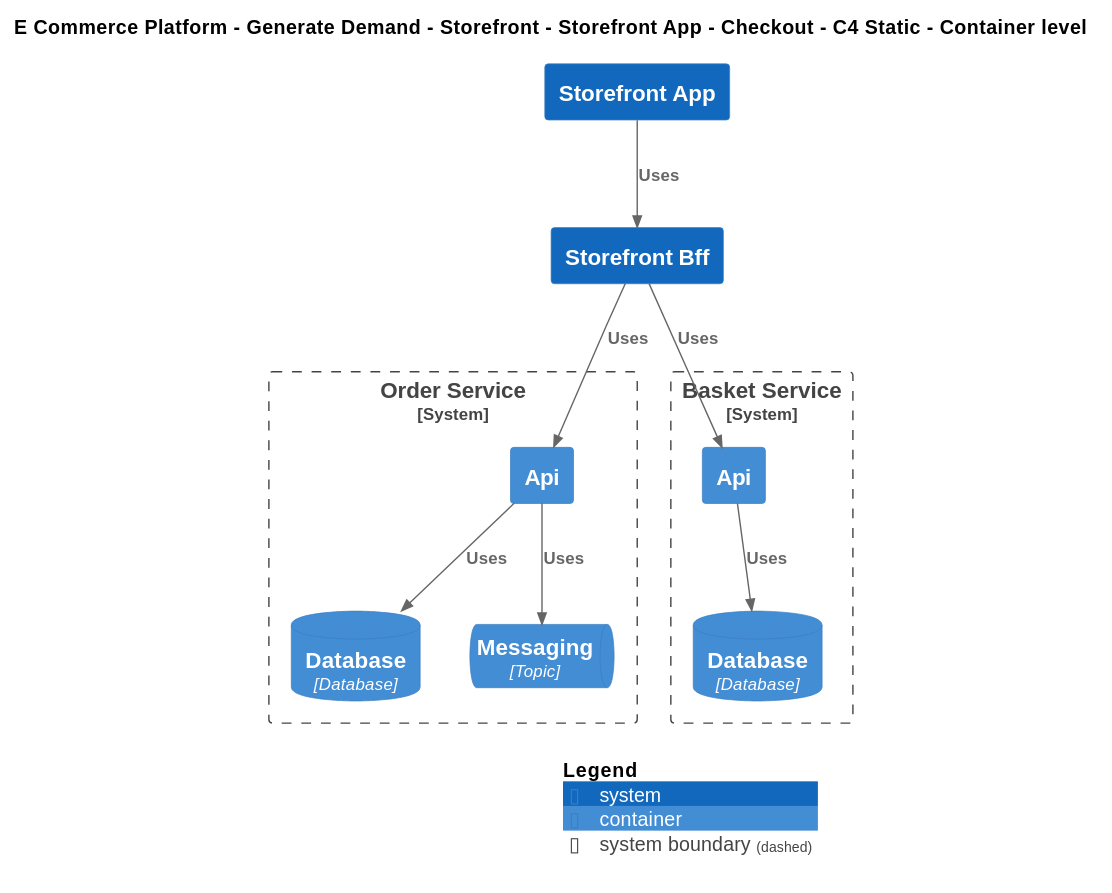
Before: Samples/E-Commerce Platform/Yaml/Diagrams/E Commerce Platform/Generate Demand/Storefront/Software Systems/Storefront App/Interfaces/Checkout/Container - C4 Static.svg, a diagram exported from PlantUML (mnadenysenko/C4InterFlow). Its diagram source:
```plantuml
@startuml
!include ..\..\..\..\..\..\..\.c4s\C4_Container.puml

AddElementTag("c4interflow:lifecycle:new", $bgColor=green, $fontColor=#ffffff, $borderColor=green, $shadowing="False")
AddElementTag("c4interflow:lifecycle:changed", $bgColor=orange, $fontColor=#ffffff, $borderColor=orange, $shadowing="False")
AddElementTag("c4interflow:lifecycle:removed", $bgColor=red, $fontColor=#ffffff, $borderColor=red, $shadowing="False")

AddRelTag("c4interflow:lifecycle:new", $textColor=green, $lineColor=green)
AddRelTag("c4interflow:lifecycle:changed", $textColor=orange, $lineColor=orange)
AddRelTag("c4interflow:lifecycle:removed", $textColor=red, $lineColor=red)

SHOW_PERSON_PORTRAIT()
LAYOUT_TOP_DOWN()

skinparam linetype polyline

title E Commerce Platform - Generate Demand - Storefront - Storefront App - Checkout - C4 Static - Container level

System(ECommercePlatform.GenerateDemand.Storefront.SoftwareSystems.StorefrontApp, "Storefront App", "")
System(ECommercePlatform.GenerateDemand.Storefront.SoftwareSystems.StorefrontBff, "Storefront Bff", "")

System_Boundary(ECommercePlatform.GenerateDemand.OrderManagement.SoftwareSystems.OrderService, "Order Service") {
    Container(ECommercePlatform.GenerateDemand.OrderManagement.SoftwareSystems.OrderService.Containers.Api, "Api", "", "")
    ContainerDb(ECommercePlatform.GenerateDemand.OrderManagement.SoftwareSystems.OrderService.Containers.Database, "Database", "Database", "")
    ContainerQueue(ECommercePlatform.GenerateDemand.OrderManagement.SoftwareSystems.OrderService.Containers.Messaging, "Messaging", "Topic", "")
}

System_Boundary(ECommercePlatform.GenerateDemand.Basket.SoftwareSystems.BasketService, "Basket Service") {
    Container(ECommercePlatform.GenerateDemand.Basket.SoftwareSystems.BasketService.Containers.Api, "Api", "", "")
    ContainerDb(ECommercePlatform.GenerateDemand.Basket.SoftwareSystems.BasketService.Containers.Database, "Database", "Database", "")
}

Rel(ECommercePlatform.GenerateDemand.Storefront.SoftwareSystems.StorefrontApp, ECommercePlatform.GenerateDemand.Storefront.SoftwareSystems.StorefrontBff, "Uses")
Rel(ECommercePlatform.GenerateDemand.Storefront.SoftwareSystems.StorefrontBff, ECommercePlatform.GenerateDemand.OrderManagement.SoftwareSystems.OrderService.Containers.Api, "Uses")
Rel(ECommercePlatform.GenerateDemand.OrderManagement.SoftwareSystems.OrderService.Containers.Api, ECommercePlatform.GenerateDemand.OrderManagement.SoftwareSystems.OrderService.Containers.Database, "Uses")
Rel(ECommercePlatform.GenerateDemand.OrderManagement.SoftwareSystems.OrderService.Containers.Api, ECommercePlatform.GenerateDemand.OrderManagement.SoftwareSystems.OrderService.Containers.Messaging, "Uses")
Rel(ECommercePlatform.GenerateDemand.Storefront.SoftwareSystems.StorefrontBff, ECommercePlatform.GenerateDemand.Basket.SoftwareSystems.BasketService.Containers.Api, "Uses")
Rel(ECommercePlatform.GenerateDemand.Basket.SoftwareSystems.BasketService.Containers.Api, ECommercePlatform.GenerateDemand.Basket.SoftwareSystems.BasketService.Containers.Database, "Uses")


SHOW_LEGEND()
@enduml
```
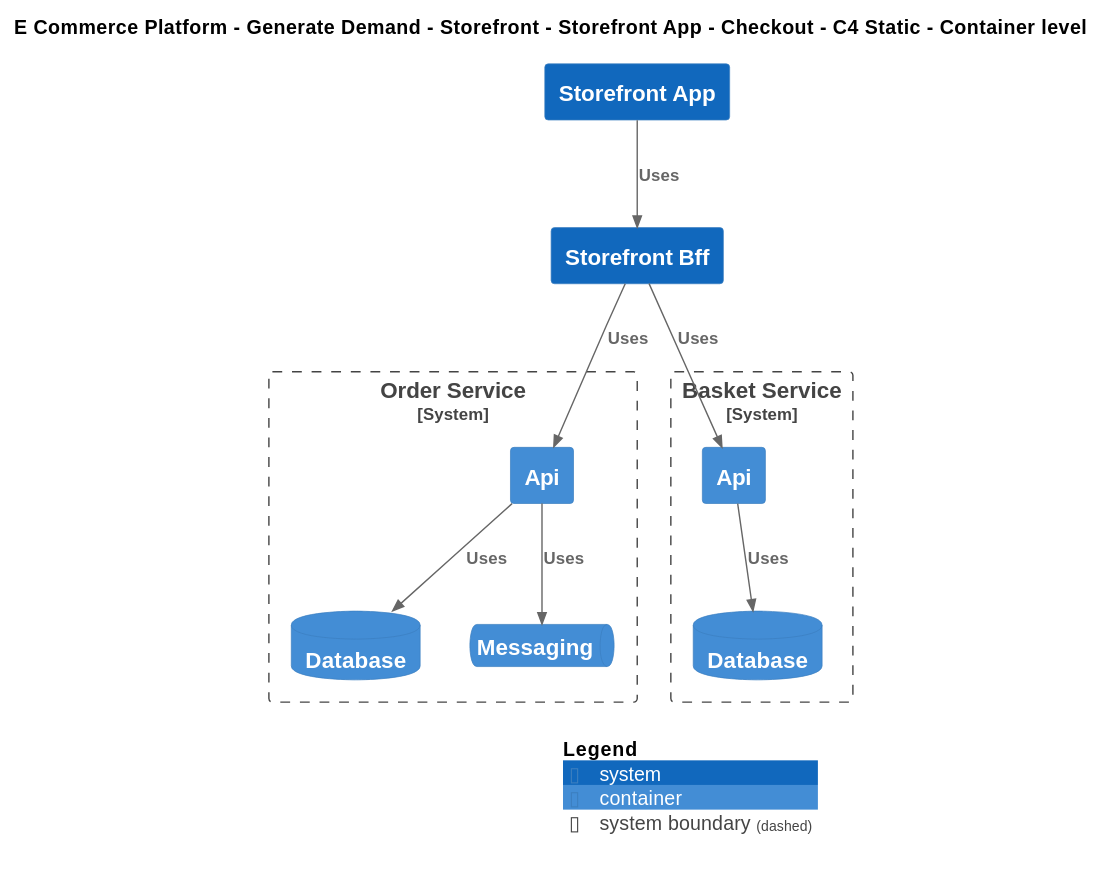
After the commit.

What changed in the source:
```diff
@@ -21,13 +21,13 @@
 
 System_Boundary(ECommercePlatform.GenerateDemand.OrderManagement.SoftwareSystems.OrderService, "Order Service") {
     Container(ECommercePlatform.GenerateDemand.OrderManagement.SoftwareSystems.OrderService.Containers.Api, "Api", "", "")
-    ContainerDb(ECommercePlatform.GenerateDemand.OrderManagement.SoftwareSystems.OrderService.Containers.Database, "Database", "Database", "")
-    ContainerQueue(ECommercePlatform.GenerateDemand.OrderManagement.SoftwareSystems.OrderService.Containers.Messaging, "Messaging", "Topic", "")
+    ContainerDb(ECommercePlatform.GenerateDemand.OrderManagement.SoftwareSystems.OrderService.Containers.Database, "Database", "", "")
+    ContainerQueue(ECommercePlatform.GenerateDemand.OrderManagement.SoftwareSystems.OrderService.Containers.Messaging, "Messaging", "", "")
 }
 
 System_Boundary(ECommercePlatform.GenerateDemand.Basket.SoftwareSystems.BasketService, "Basket Service") {
     Container(ECommercePlatform.GenerateDemand.Basket.SoftwareSystems.BasketService.Containers.Api, "Api", "", "")
-    ContainerDb(ECommercePlatform.GenerateDemand.Basket.SoftwareSystems.BasketService.Containers.Database, "Database", "Database", "")
+    ContainerDb(ECommercePlatform.GenerateDemand.Basket.SoftwareSystems.BasketService.Containers.Database, "Database", "", "")
 }
 
 Rel(ECommercePlatform.GenerateDemand.Storefront.SoftwareSystems.StorefrontApp, ECommercePlatform.GenerateDemand.Storefront.SoftwareSystems.StorefrontBff, "Uses")
```
